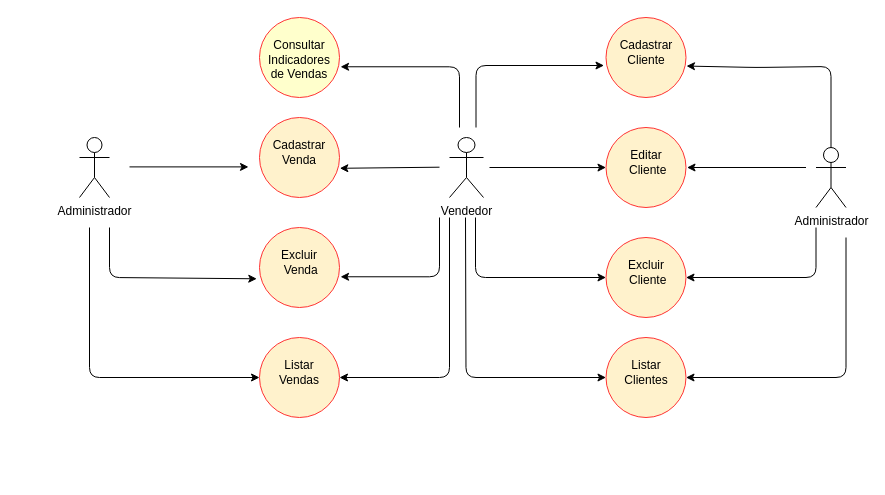
The draw.io diagram page "Vendedor" (2 of 5) of projeto/documentacao/Diagrama de casos de uso.drawio in adjamirgalvao/pucminas, before the edit. Source tidied: cells renumbered, new cells numbered last; positions are measured from the earlier drawing's top-left corner, leaving out a move shared by most shapes. Both pictures are drawn from the tidied source at 100%, with x=0, y=0 at pixel (79, 17).
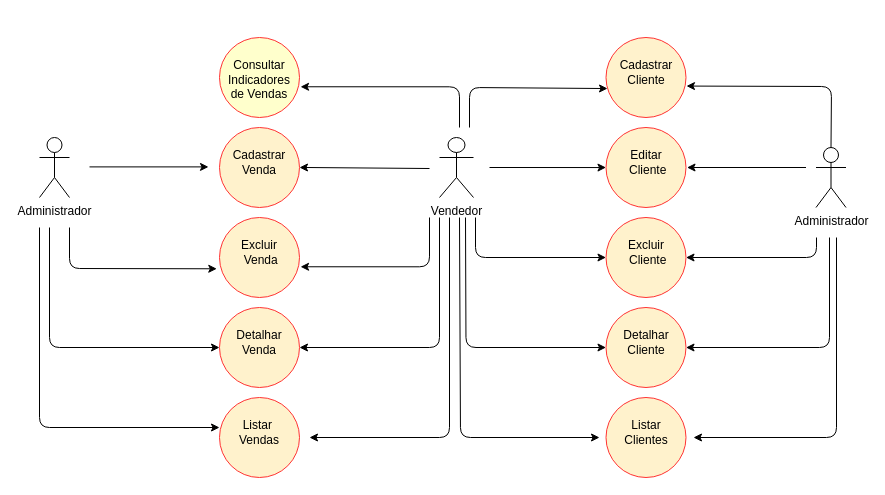
After the change.

The change refers to these unchanged cells:
```xml
<mxCell id="11" value="Administrador" style="shape=umlActor;verticalLabelPosition=bottom;verticalAlign=top;html=1;outlineConnect=0;" parent="1" vertex="1">
  <mxGeometry x="736.5" y="130" width="30" height="60" as="geometry" />
</mxCell>
```

Diff of the diagram source:
```diff
@@
-    <mxCell id="2" style="edgeStyle=orthogonalEdgeStyle;rounded=1;jettySize=auto;html=1;endArrow=classic;endFill=1;sourcePerimeterSpacing=0;targetPerimeterSpacing=0;entryX=-0.025;entryY=0.6;entryDx=0;entryDy=0;entryPerimeter=0;" parent="1" edge="1" target="5">
+    <mxCell id="2" style="edgeStyle=orthogonalEdgeStyle;rounded=1;jettySize=auto;html=1;endArrow=classic;endFill=1;sourcePerimeterSpacing=0;targetPerimeterSpacing=0;entryX=0.019;entryY=0.638;entryDx=0;entryDy=0;entryPerimeter=0;" parent="1" edge="1" target="5">
       <mxGeometry relative="1" as="geometry">
-        <mxPoint x="396.5" y="110" as="sourcePoint" />
+        <mxPoint x="390" y="110" as="sourcePoint" />
         <Array as="points">
-          <mxPoint x="397" y="48" />
+          <mxPoint x="390" y="70" />
         </Array>
       </mxGeometry>
     </mxCell>
@@
     <mxCell id="4" value="Vendedor" style="shape=umlActor;verticalLabelPosition=bottom;verticalAlign=top;html=1;" parent="1" vertex="1">
-      <mxGeometry x="370" y="120" width="34" height="60" as="geometry" />
+      <mxGeometry x="360" y="120" width="34" height="60" as="geometry" />
     </mxCell>
     <mxCell id="5" value="&lt;br&gt;Cadastrar Cliente" style="ellipse;whiteSpace=wrap;html=1;verticalAlign=top;fillColor=#fff2cc;strokeColor=#FF3333;" parent="1" vertex="1">
-      <mxGeometry x="526.5" width="80" height="80" as="geometry" />
+      <mxGeometry x="526.5" y="20" width="80" height="80" as="geometry" />
     </mxCell>
@@
     <mxCell id="7" style="edgeStyle=orthogonalEdgeStyle;rounded=1;jettySize=auto;html=1;endArrow=classic;endFill=1;sourcePerimeterSpacing=24;targetPerimeterSpacing=0;startArrow=none;startFill=0;jumpStyle=arc;entryX=0;entryY=0.5;entryDx=0;entryDy=0;" parent="1" edge="1" target="8">
       <mxGeometry relative="1" as="geometry">
         <mxPoint x="396" y="200" as="sourcePoint" />
         <Array as="points">
-          <mxPoint x="396" y="260" />
+          <mxPoint x="396" y="240" />
         </Array>
       </mxGeometry>
     </mxCell>
     <mxCell id="8" value="&lt;br&gt;Excluir&lt;br&gt;&amp;nbsp;Cliente" style="ellipse;whiteSpace=wrap;html=1;verticalAlign=top;fillColor=#fff2cc;strokeColor=#FF3333;" parent="1" vertex="1">
-      <mxGeometry x="526.5" y="220" width="80" height="80" as="geometry" />
+      <mxGeometry x="526.5" y="200" width="80" height="80" as="geometry" />
     </mxCell>
-    <mxCell id="9" value="&lt;br&gt;Listar &lt;br&gt;Clientes" style="ellipse;whiteSpace=wrap;html=1;verticalAlign=top;fillColor=#fff2cc;strokeColor=#FF3333;" parent="1" vertex="1">
-      <mxGeometry x="526.5" y="320" width="80" height="80" as="geometry" />
+    <mxCell id="9" value="&lt;br&gt;Detalhar&lt;br&gt;Cliente" style="ellipse;whiteSpace=wrap;html=1;verticalAlign=top;fillColor=#fff2cc;strokeColor=#FF3333;" parent="1" vertex="1">
+      <mxGeometry x="526.5" y="290" width="80" height="80" as="geometry" />
     </mxCell>
@@
     <mxCell id="12" style="endArrow=classic;html=1;rounded=1;sourcePerimeterSpacing=-1;targetPerimeterSpacing=8;jumpStyle=arc;entryX=1.006;entryY=0.607;entryDx=0;entryDy=0;exitX=0.5;exitY=0;exitDx=0;exitDy=0;exitPerimeter=0;entryPerimeter=0;" parent="1" edge="1" source="11" target="5">
       <mxGeometry relative="1" as="geometry">
         <Array as="points">
-          <mxPoint x="751.5" y="49" />
-          <mxPoint x="676.5" y="50" />
+          <mxPoint x="752" y="69" />
+          <mxPoint x="710" y="69" />
         </Array>
       </mxGeometry>
     </mxCell>
@@
     <mxCell id="14" style="endArrow=classic;html=1;rounded=1;sourcePerimeterSpacing=8;targetPerimeterSpacing=15;jumpStyle=arc;entryX=1;entryY=0.5;entryDx=0;entryDy=0;" parent="1" edge="1" target="8">
       <mxGeometry relative="1" as="geometry">
-        <mxPoint x="736.5" y="210" as="sourcePoint" />
+        <mxPoint x="737" y="220" as="sourcePoint" />
         <Array as="points">
-          <mxPoint x="736.5" y="260" />
-          <mxPoint x="646.5" y="260" />
+          <mxPoint x="737" y="240" />
+          <mxPoint x="690" y="240" />
         </Array>
       </mxGeometry>
     </mxCell>
     <mxCell id="15" style="edgeStyle=orthogonalEdgeStyle;rounded=1;jettySize=auto;html=1;endArrow=classic;endFill=1;sourcePerimeterSpacing=24;targetPerimeterSpacing=0;startArrow=none;startFill=0;jumpStyle=arc;entryX=1;entryY=0.5;entryDx=0;entryDy=0;" parent="1" edge="1" target="9">
       <mxGeometry relative="1" as="geometry">
-        <mxPoint x="766.5" y="220" as="sourcePoint" />
+        <mxPoint x="750" y="220" as="sourcePoint" />
         <Array as="points">
-          <mxPoint x="766.5" y="360" />
+          <mxPoint x="750" y="220" />
+          <mxPoint x="750" y="360" />
         </Array>
       </mxGeometry>
     </mxCell>
-    <mxCell id="16" value="&lt;br&gt;Listar &lt;br&gt;Vendas" style="ellipse;whiteSpace=wrap;html=1;verticalAlign=top;fillColor=#FFF2CC;strokeColor=#FF3333;" parent="1" vertex="1">
-      <mxGeometry x="180" y="320" width="80" height="80" as="geometry" />
+    <mxCell id="16" value="&lt;br&gt;Detalhar&lt;br&gt;Venda" style="ellipse;whiteSpace=wrap;html=1;verticalAlign=top;fillColor=#FFF2CC;strokeColor=#FF3333;" parent="1" vertex="1">
+      <mxGeometry x="140" y="290" width="80" height="80" as="geometry" />
     </mxCell>
     <mxCell id="17" value="&lt;br&gt;Excluir&lt;br&gt;&amp;nbsp;Venda" style="ellipse;whiteSpace=wrap;html=1;verticalAlign=top;fillColor=#FFF2CC;strokeColor=#FF3333;" parent="1" vertex="1">
-      <mxGeometry x="180" y="210" width="80" height="80" as="geometry" />
+      <mxGeometry x="140" y="200" width="80" height="80" as="geometry" />
     </mxCell>
     <mxCell id="18" value="&lt;br&gt;Cadastrar Venda" style="ellipse;whiteSpace=wrap;html=1;verticalAlign=top;fillColor=#FFF2CC;strokeColor=#FF3333;" parent="1" vertex="1">
-      <mxGeometry x="180" y="100" width="80" height="80" as="geometry" />
+      <mxGeometry x="140" y="110" width="80" height="80" as="geometry" />
     </mxCell>
     <mxCell id="19" value="&lt;br&gt;Consultar&lt;br&gt;Indicadores de Vendas" style="ellipse;whiteSpace=wrap;html=1;verticalAlign=top;fillColor=#ffffcc;strokeColor=#FF3333;" parent="1" vertex="1">
-      <mxGeometry x="180" width="80" height="80" as="geometry" />
+      <mxGeometry x="140" y="20" width="80" height="80" as="geometry" />
     </mxCell>
     <mxCell id="20" style="edgeStyle=orthogonalEdgeStyle;rounded=1;jettySize=auto;html=1;endArrow=classic;endFill=1;sourcePerimeterSpacing=0;targetPerimeterSpacing=0;entryX=1.013;entryY=0.616;entryDx=0;entryDy=0;entryPerimeter=0;" parent="1" edge="1" target="19">
       <mxGeometry relative="1" as="geometry">
         <mxPoint x="380" y="110" as="sourcePoint" />
         <Array as="points">
-          <mxPoint x="380" y="49" />
+          <mxPoint x="380" y="70" />
+          <mxPoint x="221" y="70" />
         </Array>
       </mxGeometry>
     </mxCell>
-    <mxCell id="21" style="edgeStyle=orthogonalEdgeStyle;rounded=1;jettySize=auto;html=1;endArrow=classic;endFill=1;sourcePerimeterSpacing=0;targetPerimeterSpacing=0;startArrow=none;startFill=0;jumpStyle=arc;entryX=1.004;entryY=0.634;entryDx=0;entryDy=0;entryPerimeter=0;" parent="1" edge="1" target="18">
+    <mxCell id="21" style="edgeStyle=orthogonalEdgeStyle;rounded=1;jettySize=auto;html=1;endArrow=classic;endFill=1;sourcePerimeterSpacing=0;targetPerimeterSpacing=0;startArrow=none;startFill=0;jumpStyle=arc;entryX=1;entryY=0.5;entryDx=0;entryDy=0;" parent="1" edge="1" target="18">
       <mxGeometry relative="1" as="geometry">
-        <mxPoint x="360" y="149.7" as="sourcePoint" />
+        <mxPoint x="350" y="151" as="sourcePoint" />
         <Array as="points">
-          <mxPoint x="360" y="151" />
+          <mxPoint x="250" y="151" />
+          <mxPoint x="250" y="150" />
         </Array>
       </mxGeometry>
     </mxCell>
     <mxCell id="22" style="edgeStyle=orthogonalEdgeStyle;rounded=1;jettySize=auto;html=1;endArrow=classic;endFill=1;sourcePerimeterSpacing=24;targetPerimeterSpacing=0;startArrow=none;startFill=0;jumpStyle=arc;entryX=1.013;entryY=0.616;entryDx=0;entryDy=0;entryPerimeter=0;" parent="1" edge="1" target="17">
       <mxGeometry relative="1" as="geometry">
-        <mxPoint x="360" y="200" as="sourcePoint" />
+        <mxPoint x="350" y="200" as="sourcePoint" />
         <Array as="points">
-          <mxPoint x="360" y="259" />
+          <mxPoint x="350" y="249" />
         </Array>
       </mxGeometry>
     </mxCell>
     <mxCell id="23" style="edgeStyle=orthogonalEdgeStyle;rounded=1;jettySize=auto;html=1;endArrow=classic;endFill=1;sourcePerimeterSpacing=24;targetPerimeterSpacing=0;startArrow=none;startFill=0;jumpStyle=arc;entryX=1;entryY=0.5;entryDx=0;entryDy=0;" parent="1" edge="1" target="16">
       <mxGeometry relative="1" as="geometry">
-        <mxPoint x="370" y="200" as="sourcePoint" />
+        <mxPoint x="360" y="200" as="sourcePoint" />
         <Array as="points">
-          <mxPoint x="370" y="360" />
+          <mxPoint x="360" y="200" />
+          <mxPoint x="360" y="360" />
         </Array>
       </mxGeometry>
     </mxCell>
     <mxCell id="24" value="Administrador" style="shape=umlActor;verticalLabelPosition=bottom;verticalAlign=top;html=1;" parent="1" vertex="1">
-      <mxGeometry y="120" width="30" height="60" as="geometry" />
+      <mxGeometry x="-40" y="120" width="30" height="60" as="geometry" />
     </mxCell>
     <mxCell id="25" style="endArrow=classic;html=1;rounded=1;sourcePerimeterSpacing=1;targetPerimeterSpacing=-1;jumpStyle=arc;" parent="1" edge="1">
       <mxGeometry relative="1" as="geometry">
-        <mxPoint x="50" y="149.4" as="sourcePoint" />
-        <mxPoint x="169" y="149.4" as="targetPoint" />
+        <mxPoint x="10" y="149.4" as="sourcePoint" />
+        <mxPoint x="129" y="149.4" as="targetPoint" />
       </mxGeometry>
     </mxCell>
     <mxCell id="26" style="endArrow=classic;html=1;rounded=1;sourcePerimeterSpacing=8;targetPerimeterSpacing=15;jumpStyle=arc;entryX=-0.034;entryY=0.641;entryDx=0;entryDy=0;entryPerimeter=0;" parent="1" edge="1" target="17">
       <mxGeometry relative="1" as="geometry">
-        <mxPoint x="30" y="210" as="sourcePoint" />
+        <mxPoint x="-10" y="210" as="sourcePoint" />
         <Array as="points">
-          <mxPoint x="30" y="260" />
+          <mxPoint x="-10" y="251" />
         </Array>
       </mxGeometry>
     </mxCell>
     <mxCell id="27" style="edgeStyle=orthogonalEdgeStyle;rounded=1;jettySize=auto;html=1;endArrow=classic;endFill=1;sourcePerimeterSpacing=24;targetPerimeterSpacing=0;startArrow=none;startFill=0;jumpStyle=arc;entryX=0;entryY=0.5;entryDx=0;entryDy=0;" parent="1" edge="1" target="16">
       <mxGeometry relative="1" as="geometry">
-        <mxPoint x="10" y="210" as="sourcePoint" />
+        <mxPoint x="-30" y="210" as="sourcePoint" />
         <Array as="points">
-          <mxPoint x="10" y="360" />
+          <mxPoint x="-30" y="330" />
         </Array>
       </mxGeometry>
     </mxCell>
+    <mxCell id="28" value="&lt;br&gt;Listar &lt;br&gt;Clientes" style="ellipse;whiteSpace=wrap;html=1;verticalAlign=top;fillColor=#fff2cc;strokeColor=#FF3333;" parent="1" vertex="1">
+      <mxGeometry x="526.5" y="380" width="80" height="80" as="geometry" />
+    </mxCell>
+    <mxCell id="29" style="edgeStyle=orthogonalEdgeStyle;rounded=1;orthogonalLoop=1;jettySize=auto;html=1;endArrow=classic;endFill=1;sourcePerimeterSpacing=24;targetPerimeterSpacing=0;startArrow=none;startFill=0;jumpStyle=arc;" parent="1" edge="1">
+      <mxGeometry relative="1" as="geometry">
+        <mxPoint x="757" y="220" as="sourcePoint" />
+        <mxPoint x="614" y="420" as="targetPoint" />
+        <Array as="points">
+          <mxPoint x="757" y="420" />
+          <mxPoint x="614" y="420" />
+        </Array>
+      </mxGeometry>
+    </mxCell>
+    <mxCell id="30" style="edgeStyle=orthogonalEdgeStyle;rounded=1;orthogonalLoop=1;jettySize=auto;html=1;endArrow=classic;endFill=1;sourcePerimeterSpacing=24;targetPerimeterSpacing=0;startArrow=none;startFill=0;jumpStyle=arc;" parent="1" edge="1">
+      <mxGeometry relative="1" as="geometry">
+        <mxPoint x="380" y="200" as="sourcePoint" />
+        <mxPoint x="520" y="420" as="targetPoint" />
+        <Array as="points">
+          <mxPoint x="381" y="200" />
+          <mxPoint x="381" y="420" />
+          <mxPoint x="520" y="420" />
+        </Array>
+      </mxGeometry>
+    </mxCell>
+    <mxCell id="31" value="&lt;br&gt;Listar&amp;nbsp;&lt;br&gt;Vendas" style="ellipse;whiteSpace=wrap;html=1;verticalAlign=top;fillColor=#fff2cc;strokeColor=#FF3333;" parent="1" vertex="1">
+      <mxGeometry x="140" y="380" width="80" height="80" as="geometry" />
+    </mxCell>
+    <mxCell id="32" style="edgeStyle=orthogonalEdgeStyle;rounded=1;orthogonalLoop=1;jettySize=auto;html=1;endArrow=classic;endFill=1;sourcePerimeterSpacing=24;targetPerimeterSpacing=0;startArrow=none;startFill=0;jumpStyle=arc;" parent="1" edge="1">
+      <mxGeometry relative="1" as="geometry">
+        <mxPoint x="370" y="200" as="sourcePoint" />
+        <mxPoint x="230" y="420" as="targetPoint" />
+        <Array as="points">
+          <mxPoint x="370" y="420" />
+          <mxPoint x="230" y="420" />
+        </Array>
+      </mxGeometry>
+    </mxCell>
+    <mxCell id="33" style="edgeStyle=orthogonalEdgeStyle;rounded=1;jettySize=auto;html=1;endArrow=classic;endFill=1;sourcePerimeterSpacing=24;targetPerimeterSpacing=0;startArrow=none;startFill=0;jumpStyle=arc;entryX=0;entryY=0.375;entryDx=0;entryDy=0;entryPerimeter=0;" parent="1" edge="1" target="31">
+      <mxGeometry relative="1" as="geometry">
+        <mxPoint x="-40" y="210" as="sourcePoint" />
+        <Array as="points">
+          <mxPoint x="-40" y="410" />
+        </Array>
+      </mxGeometry>
+    </mxCell>
```
